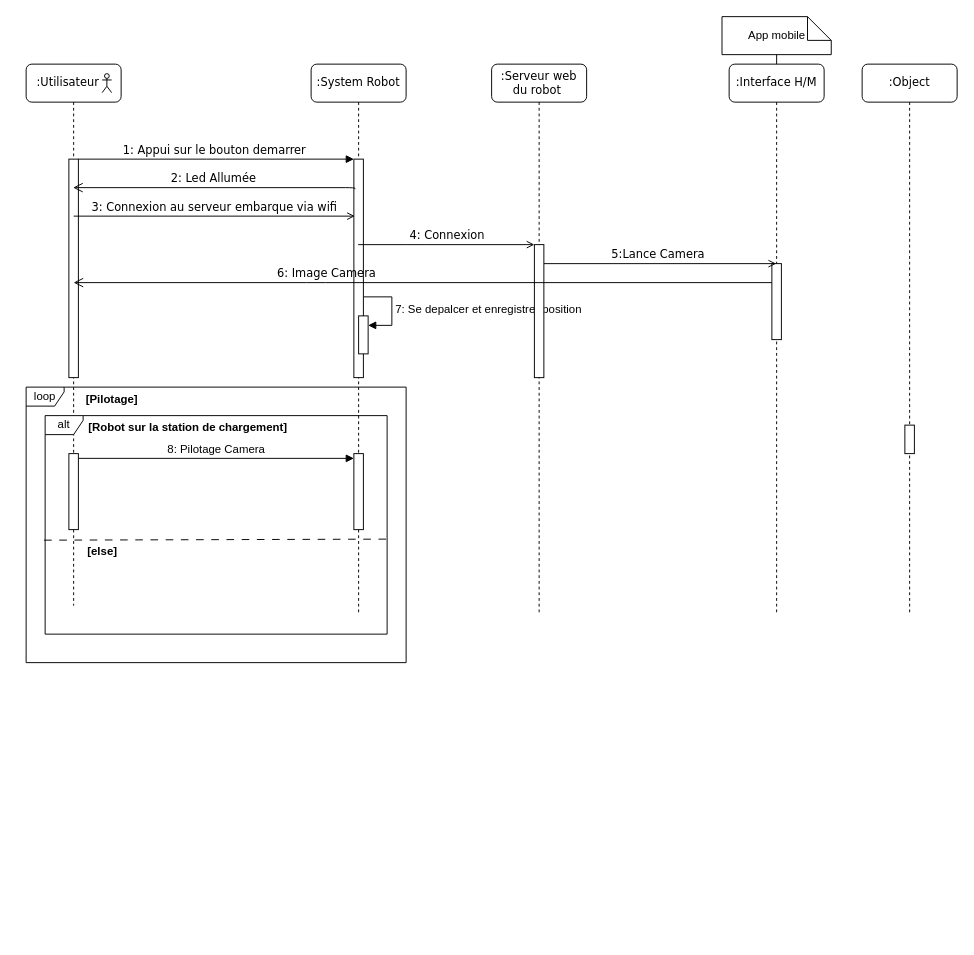
Earlier version of the draw.io diagram seq.drawio (wafaez/SysML). Source tidied: cells renumbered, new cells numbered last; positions are measured from the earlier drawing's top-left corner, leaving out a move shared by most shapes. Both pictures are drawn from the tidied source at 95%, with x=0, y=0 at pixel (26, 16).
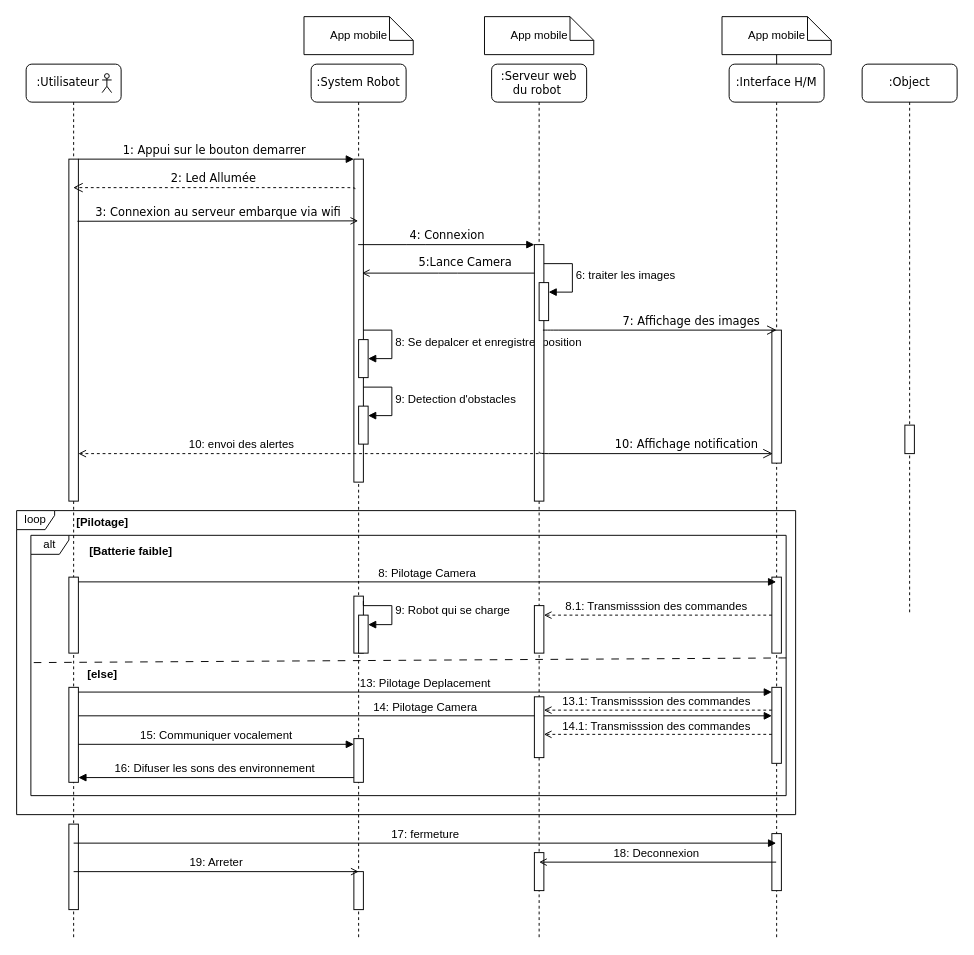
Above is the later version.

Change to the diagram source:
```diff
@@
     <mxCell id="2" value=":System Robot" style="shape=umlLifeline;perimeter=lifelinePerimeter;whiteSpace=wrap;html=1;outlineConnect=0;rounded=1;shadow=0;comic=0;labelBackgroundColor=none;strokeWidth=1;fontFamily=Verdana;fontSize=12;align=center;" parent="1" vertex="1">
-      <mxGeometry x="300" y="50" width="100" height="580" as="geometry" />
+      <mxGeometry x="300" y="50" width="100" height="920" as="geometry" />
     </mxCell>
-    <mxCell id="3" value="&lt;font style=&quot;font-size: 12px;&quot;&gt;7: Se depalcer et enregistrer position&amp;nbsp;&amp;nbsp;&lt;/font&gt;" style="html=1;align=left;spacingLeft=2;endArrow=block;rounded=0;edgeStyle=orthogonalEdgeStyle;curved=0;rounded=0;" parent="2" edge="1" target="5">
-      <mxGeometry relative="1" as="geometry">
-        <mxPoint x="55" y="245" as="sourcePoint" />
-        <Array as="points">
-          <mxPoint x="85" y="275" />
-        </Array>
-      </mxGeometry>
-    </mxCell>
     <mxCell id="4" style="html=1;points=[];perimeter=orthogonalPerimeter;rounded=0;shadow=0;comic=0;labelBackgroundColor=none;strokeWidth=1;fontFamily=Verdana;fontSize=12;align=center;" parent="2" vertex="1">
-      <mxGeometry x="45" y="100" width="10" height="230" as="geometry" />
+      <mxGeometry x="45" y="100" width="10" height="340" as="geometry" />
     </mxCell>
     <mxCell id="5" style="html=1;points=[[0,0,0,0,5],[0,1,0,0,-5],[1,0,0,0,5],[1,1,0,0,-5]];perimeter=orthogonalPerimeter;outlineConnect=0;targetShapes=umlLifeline;portConstraint=eastwest;newEdgeStyle={&quot;curved&quot;:0,&quot;rounded&quot;:0};" parent="2" vertex="1">
-      <mxGeometry x="50" y="265" width="10" height="40" as="geometry" />
+      <mxGeometry x="50" y="290" width="10" height="40" as="geometry" />
     </mxCell>
+    <mxCell id="32" style="html=1;points=[[0,0,0,0,5],[0,1,0,0,-5],[1,0,0,0,5],[1,1,0,0,-5]];perimeter=orthogonalPerimeter;outlineConnect=0;targetShapes=umlLifeline;portConstraint=eastwest;newEdgeStyle={&quot;curved&quot;:0,&quot;rounded&quot;:0};" parent="2" vertex="1">
+      <mxGeometry x="50" y="360" width="10" height="40" as="geometry" />
+    </mxCell>
+    <mxCell id="33" value="&lt;font style=&quot;font-size: 12px;&quot;&gt;9: Detection d'obstacles&amp;nbsp;&amp;nbsp;&lt;/font&gt;" style="html=1;align=left;spacingLeft=2;endArrow=block;rounded=0;edgeStyle=orthogonalEdgeStyle;curved=0;rounded=0;" parent="2" edge="1" target="32">
+      <mxGeometry relative="1" as="geometry">
+        <mxPoint x="55" y="340" as="sourcePoint" />
+        <Array as="points">
+          <mxPoint x="85" y="370" />
+        </Array>
+      </mxGeometry>
+    </mxCell>
+    <mxCell id="3" value="&lt;font style=&quot;font-size: 12px;&quot;&gt;8: Se depalcer et enregistrer position&amp;nbsp;&amp;nbsp;&lt;/font&gt;" style="html=1;align=left;spacingLeft=2;endArrow=block;rounded=0;edgeStyle=orthogonalEdgeStyle;curved=0;rounded=0;" parent="2" edge="1" target="5">
+      <mxGeometry relative="1" as="geometry">
+        <mxPoint x="55" y="280" as="sourcePoint" />
+        <Array as="points">
+          <mxPoint x="85" y="310" />
+        </Array>
+      </mxGeometry>
+    </mxCell>
+    <mxCell id="34" style="html=1;perimeter=orthogonalPerimeter;targetShapes=umlLifeline;newEdgeStyle={&quot;curved&quot;:0,&quot;rounded&quot;:0};" parent="2" vertex="1">
+      <mxGeometry x="45" y="850" width="10" height="40" as="geometry" />
+    </mxCell>
     <mxCell id="6" value=":Serveur web du robot&amp;nbsp;" style="shape=umlLifeline;perimeter=lifelinePerimeter;whiteSpace=wrap;html=1;outlineConnect=0;rounded=1;shadow=0;comic=0;labelBackgroundColor=none;strokeWidth=1;fontFamily=Verdana;fontSize=12;align=center;" parent="1" vertex="1">
-      <mxGeometry x="490" y="50" width="100" height="580" as="geometry" />
+      <mxGeometry x="490" y="50" width="100" height="920" as="geometry" />
     </mxCell>
+    <mxCell id="8" value="4: Connexion" style="html=1;verticalAlign=bottom;endArrow=block;labelBackgroundColor=none;fontFamily=Verdana;fontSize=12;edgeStyle=elbowEdgeStyle;elbow=vertical;endFill=1;" parent="6" edge="1" source="2">
+      <mxGeometry relative="1" as="geometry">
+        <mxPoint x="45" y="190" as="targetPoint" />
+        <Array as="points">
+          <mxPoint x="-80" y="190" />
+        </Array>
+      </mxGeometry>
+    </mxCell>
     <mxCell id="7" style="html=1;perimeter=orthogonalPerimeter;rounded=0;shadow=0;comic=0;labelBackgroundColor=none;strokeWidth=1;fontFamily=Verdana;fontSize=12;align=center;" parent="6" vertex="1">
-      <mxGeometry x="45" y="190" width="10" height="140" as="geometry" />
+      <mxGeometry x="45" y="190" width="10" height="270" as="geometry" />
     </mxCell>
-    <mxCell id="8" value="4: Connexion" style="html=1;verticalAlign=bottom;endArrow=open;labelBackgroundColor=none;fontFamily=Verdana;fontSize=12;edgeStyle=elbowEdgeStyle;elbow=vertical;endFill=0;" parent="6" edge="1" source="2">
-      <mxGeometry relative="1" as="geometry">
-        <mxPoint x="45" y="190" as="targetPoint" />
-        <Array as="points">
-          <mxPoint x="-80" y="190" />
-        </Array>
-      </mxGeometry>
-    </mxCell>
+    <mxCell id="21" value="5:Lance Camera&amp;nbsp;" style="html=1;verticalAlign=bottom;endArrow=open;labelBackgroundColor=none;fontFamily=Verdana;fontSize=12;edgeStyle=elbowEdgeStyle;elbow=vertical;endFill=0;exitX=-0.4;exitY=0.2;exitDx=0;exitDy=0;exitPerimeter=0;" parent="6" edge="1">
+      <mxGeometry x="-0.22" y="-2" relative="1" as="geometry">
+        <mxPoint x="45" y="220" as="sourcePoint" />
+        <mxPoint x="-136.5" y="220" as="targetPoint" />
+      </mxGeometry>
+    </mxCell>
+    <mxCell id="35" style="html=1;points=[[0,0,0,0,5],[0,1,0,0,-5],[1,0,0,0,5],[1,1,0,0,-5]];perimeter=orthogonalPerimeter;outlineConnect=0;targetShapes=umlLifeline;portConstraint=eastwest;newEdgeStyle={&quot;curved&quot;:0,&quot;rounded&quot;:0};" parent="6" vertex="1">
+      <mxGeometry x="50" y="230" width="10" height="40" as="geometry" />
+    </mxCell>
+    <mxCell id="36" value="&lt;font style=&quot;font-size: 12px;&quot;&gt;6: traiter les images&amp;nbsp;&lt;/font&gt;" style="html=1;align=left;spacingLeft=2;endArrow=block;rounded=0;edgeStyle=orthogonalEdgeStyle;curved=0;rounded=0;" parent="6" edge="1" target="35">
+      <mxGeometry relative="1" as="geometry">
+        <mxPoint x="55" y="210" as="sourcePoint" />
+        <Array as="points">
+          <mxPoint x="85" y="240" />
+        </Array>
+      </mxGeometry>
+    </mxCell>
+    <mxCell id="37" style="html=1;perimeter=orthogonalPerimeter;targetShapes=umlLifeline;newEdgeStyle={&quot;curved&quot;:0,&quot;rounded&quot;:0};" parent="6" vertex="1">
+      <mxGeometry x="45" y="830" width="10" height="40" as="geometry" />
+    </mxCell>
     <mxCell id="9" value=":Interface H/M" style="shape=umlLifeline;perimeter=lifelinePerimeter;whiteSpace=wrap;html=1;outlineConnect=0;rounded=1;shadow=0;comic=0;labelBackgroundColor=none;strokeWidth=1;fontFamily=Verdana;fontSize=12;align=center;" parent="1" vertex="1">
-      <mxGeometry x="740" y="50" width="100" height="580" as="geometry" />
+      <mxGeometry x="740" y="50" width="100" height="920" as="geometry" />
     </mxCell>
     <mxCell id="10" style="html=1;points=[[0,0,0,0,5],[0,1,0,0,-5],[1,0,0,0,5],[1,1,0,0,-5]];perimeter=orthogonalPerimeter;outlineConnect=0;targetShapes=umlLifeline;portConstraint=eastwest;newEdgeStyle={&quot;curved&quot;:0,&quot;rounded&quot;:0};" parent="9" vertex="1">
-      <mxGeometry x="45" y="210" width="10" height="80" as="geometry" />
+      <mxGeometry x="45" y="280" width="10" height="140" as="geometry" />
     </mxCell>
+    <mxCell id="38" style="html=1;perimeter=orthogonalPerimeter;targetShapes=umlLifeline;newEdgeStyle={&quot;curved&quot;:0,&quot;rounded&quot;:0};" parent="9" vertex="1">
+      <mxGeometry x="45" y="810" width="10" height="60" as="geometry" />
+    </mxCell>
+    <mxCell id="39" style="html=1;points=[[0,0,0,0,5],[0,1,0,0,-5],[1,0,0,0,5],[1,1,0,0,-5]];perimeter=orthogonalPerimeter;outlineConnect=0;targetShapes=umlLifeline;portConstraint=eastwest;newEdgeStyle={&quot;curved&quot;:0,&quot;rounded&quot;:0};" parent="9" vertex="1">
+      <mxGeometry x="45" y="540" width="10" height="80" as="geometry" />
+    </mxCell>
@@
     <mxCell id="12" value=":Utilisateur&amp;nbsp; &amp;nbsp;" style="shape=umlLifeline;perimeter=lifelinePerimeter;whiteSpace=wrap;html=1;rounded=1;shadow=0;comic=0;labelBackgroundColor=none;strokeWidth=1;fontFamily=Verdana;fontSize=12;align=center;" parent="1" vertex="1">
-      <mxGeometry y="50" width="100" height="570" as="geometry" />
+      <mxGeometry y="50" width="100" height="920" as="geometry" />
     </mxCell>
     <mxCell id="13" style="html=1;points=[];perimeter=orthogonalPerimeter;rounded=0;shadow=0;comic=0;labelBackgroundColor=none;strokeWidth=1;fontFamily=Verdana;fontSize=12;align=center;" parent="12" vertex="1">
-      <mxGeometry x="45" y="100" width="10" height="230" as="geometry" />
+      <mxGeometry x="45" y="100" width="10" height="360" as="geometry" />
     </mxCell>
@@
+    <mxCell id="40" value="&lt;font style=&quot;font-size: 12px;&quot;&gt;10: envoi des alertes&amp;nbsp;&amp;nbsp;&lt;/font&gt;" style="html=1;verticalAlign=bottom;endArrow=open;curved=0;rounded=0;endFill=0;dashed=1;" parent="12" edge="1" source="6">
+      <mxGeometry x="0.28" relative="1" as="geometry">
+        <mxPoint x="55" y="410" as="targetPoint" />
+      </mxGeometry>
+    </mxCell>
+    <mxCell id="41" style="html=1;perimeter=orthogonalPerimeter;targetShapes=umlLifeline;newEdgeStyle={&quot;curved&quot;:0,&quot;rounded&quot;:0};" parent="12" vertex="1">
+      <mxGeometry x="45" y="800" width="10" height="90" as="geometry" />
+    </mxCell>
@@
-    <mxCell id="17" value="2: Led Allumée&amp;nbsp;" style="html=1;verticalAlign=bottom;endArrow=open;endSize=8;labelBackgroundColor=none;fontFamily=Verdana;fontSize=12;edgeStyle=elbowEdgeStyle;elbow=vertical;exitX=0.117;exitY=0.181;exitDx=0;exitDy=0;exitPerimeter=0;" parent="1" edge="1">
+    <mxCell id="17" value="2: Led Allumée&amp;nbsp;" style="html=1;verticalAlign=bottom;endArrow=open;endSize=8;labelBackgroundColor=none;fontFamily=Verdana;fontSize=12;edgeStyle=elbowEdgeStyle;elbow=vertical;exitX=0.117;exitY=0.181;exitDx=0;exitDy=0;exitPerimeter=0;dashed=1;" parent="1" edge="1">
       <mxGeometry relative="1" as="geometry">
         <mxPoint x="346.2" y="181.6" as="sourcePoint" />
         <mxPoint x="49.5" y="180" as="targetPoint" />
         <Array as="points">
           <mxPoint x="265.3" y="180" />
           <mxPoint x="295.3" y="180" />
         </Array>
       </mxGeometry>
     </mxCell>
-    <mxCell id="18" value="3: Connexion au serveur embarque via wifi" style="html=1;verticalAlign=bottom;endArrow=open;entryX=0.1;entryY=0.261;labelBackgroundColor=none;fontFamily=Verdana;fontSize=12;edgeStyle=elbowEdgeStyle;elbow=vertical;endFill=0;entryDx=0;entryDy=0;entryPerimeter=0;" parent="1" edge="1" target="4">
+    <mxCell id="18" value="3: Connexion au serveur embarque via wifi" style="html=1;verticalAlign=bottom;endArrow=open;labelBackgroundColor=none;fontFamily=Verdana;fontSize=12;edgeStyle=elbowEdgeStyle;elbow=vertical;endFill=0;exitX=1;exitY=0.253;exitDx=0;exitDy=0;exitPerimeter=0;" parent="1" edge="1" target="2">
       <mxGeometry relative="1" as="geometry">
-        <mxPoint x="50" y="210" as="sourcePoint" />
+        <mxPoint x="54" y="215.4" as="sourcePoint" />
       </mxGeometry>
     </mxCell>
@@
-    <mxCell id="21" value="5:Lance Camera&amp;nbsp;" style="html=1;verticalAlign=bottom;endArrow=open;labelBackgroundColor=none;fontFamily=Verdana;fontSize=12;edgeStyle=elbowEdgeStyle;elbow=vertical;endFill=0;" parent="1" edge="1" target="9">
-      <mxGeometry relative="1" as="geometry">
-        <mxPoint x="545" y="260" as="sourcePoint" />
-      </mxGeometry>
-    </mxCell>
-    <mxCell id="22" value="6: Image Camera&amp;nbsp;" style="html=1;verticalAlign=bottom;endArrow=open;endSize=8;labelBackgroundColor=none;fontFamily=Verdana;fontSize=12;edgeStyle=elbowEdgeStyle;elbow=vertical;" parent="1" edge="1" source="10">
+    <mxCell id="22" value="7: Affichage des images" style="html=1;verticalAlign=bottom;endArrow=open;endSize=8;labelBackgroundColor=none;fontFamily=Verdana;fontSize=12;edgeStyle=elbowEdgeStyle;elbow=vertical;" parent="1" edge="1">
       <mxGeometry x="0.27" relative="1" as="geometry">
-        <mxPoint x="50" y="280" as="targetPoint" />
+        <mxPoint x="544" y="330" as="sourcePoint" />
+        <mxPoint x="790" y="330" as="targetPoint" />
         <Array as="points">
-          <mxPoint x="305.3" y="280" />
+          <mxPoint x="550" y="330" />
         </Array>
       </mxGeometry>
     </mxCell>
     <mxCell id="23" value="loop" style="shape=umlFrame;whiteSpace=wrap;html=1;width=40;height=20;" parent="1" vertex="1">
-      <mxGeometry y="390" width="400" height="290" as="geometry" />
+      <mxGeometry x="-10" y="520" width="820" height="320" as="geometry" />
     </mxCell>
     <mxCell id="24" value="alt" style="shape=umlFrame;whiteSpace=wrap;html=1;width=40;height=20;shadow=0;gradientColor=none;swimlaneFillColor=none;" parent="1" vertex="1">
-      <mxGeometry x="20" y="420" width="360" height="230" as="geometry" />
+      <mxGeometry x="5" y="546" width="795" height="274" as="geometry" />
     </mxCell>
     <mxCell id="25" value="[Pilotage]" style="text;align=center;fontStyle=1;verticalAlign=middle;spacingLeft=3;spacingRight=3;strokeColor=none;html=1;" parent="1" vertex="1">
-      <mxGeometry x="50" y="390" width="80" height="26" as="geometry" />
+      <mxGeometry x="40" y="520" width="80" height="26" as="geometry" />
     </mxCell>
-    <mxCell id="26" style="endArrow=none;dashed=1;html=1;strokeWidth=1;rounded=0;exitX=-0.003;exitY=0.496;exitDx=0;exitDy=0;exitPerimeter=0;entryX=0.997;entryY=0.491;entryDx=0;entryDy=0;entryPerimeter=0;dashPattern=8 8;" parent="1" edge="1">
-      <mxGeometry relative="1" as="geometry">
-        <mxPoint x="18.9" y="551.1" as="sourcePoint" />
-        <mxPoint x="378.9" y="550" as="targetPoint" />
-      </mxGeometry>
-    </mxCell>
     <mxCell id="27" style="html=1;points=[[0,0,0,0,5],[0,1,0,0,-5],[1,0,0,0,5],[1,1,0,0,-5]];perimeter=orthogonalPerimeter;outlineConnect=0;targetShapes=umlLifeline;portConstraint=eastwest;newEdgeStyle={&quot;curved&quot;:0,&quot;rounded&quot;:0};" parent="1" vertex="1">
-      <mxGeometry x="45" y="460" width="10" height="80" as="geometry" />
+      <mxGeometry x="45" y="590" width="10" height="80" as="geometry" />
     </mxCell>
-    <mxCell id="28" value="[Robot sur la station de chargement]" style="text;align=center;fontStyle=1;verticalAlign=middle;spacingLeft=3;spacingRight=3;strokeColor=none;html=1;" parent="1" vertex="1">
-      <mxGeometry x="130" y="420" width="80" height="26" as="geometry" />
+    <mxCell id="28" value="[Batterie faible]" style="text;align=center;fontStyle=1;verticalAlign=middle;spacingLeft=3;spacingRight=3;strokeColor=none;html=1;" parent="1" vertex="1">
+      <mxGeometry x="70" y="550" width="80" height="26" as="geometry" />
     </mxCell>
     <mxCell id="29" value="[else]" style="text;align=center;fontStyle=1;verticalAlign=middle;spacingLeft=3;spacingRight=3;strokeColor=none;html=1;" parent="1" vertex="1">
-      <mxGeometry x="40" y="550" width="80" height="26" as="geometry" />
+      <mxGeometry x="40" y="680" width="80" height="26" as="geometry" />
     </mxCell>
     <mxCell id="30" style="html=1;points=[[0,0,0,0,5],[0,1,0,0,-5],[1,0,0,0,5],[1,1,0,0,-5]];perimeter=orthogonalPerimeter;outlineConnect=0;targetShapes=umlLifeline;portConstraint=eastwest;newEdgeStyle={&quot;curved&quot;:0,&quot;rounded&quot;:0};" parent="1" vertex="1">
-      <mxGeometry x="345" y="460" width="10" height="80" as="geometry" />
+      <mxGeometry x="345" y="610" width="10" height="60" as="geometry" />
     </mxCell>
-    <mxCell id="31" value="&lt;font style=&quot;font-size: 12px;&quot;&gt;8: Pilotage Camera&lt;/font&gt;" style="html=1;verticalAlign=bottom;endArrow=block;curved=0;rounded=0;entryX=0;entryY=0;entryDx=0;entryDy=5;" parent="1" edge="1" source="27" target="30">
+    <mxCell id="31" value="&lt;font style=&quot;font-size: 12px;&quot;&gt;8: Pilotage Camera&lt;/font&gt;" style="html=1;verticalAlign=bottom;endArrow=block;curved=0;rounded=0;exitX=1;exitY=0;exitDx=0;exitDy=5;exitPerimeter=0;" parent="1" edge="1" source="27" target="9">
       <mxGeometry relative="1" as="geometry" />
     </mxCell>
+    <mxCell id="42" style="html=1;points=[[0,0,0,0,5],[0,1,0,0,-5],[1,0,0,0,5],[1,1,0,0,-5]];perimeter=orthogonalPerimeter;outlineConnect=0;targetShapes=umlLifeline;portConstraint=eastwest;newEdgeStyle={&quot;curved&quot;:0,&quot;rounded&quot;:0};" parent="1" vertex="1">
+      <mxGeometry x="350" y="630" width="10" height="40" as="geometry" />
+    </mxCell>
+    <mxCell id="43" value="&lt;font style=&quot;font-size: 12px;&quot;&gt;9: Robot qui se charge&lt;/font&gt;" style="html=1;align=left;spacingLeft=2;endArrow=block;rounded=0;edgeStyle=orthogonalEdgeStyle;curved=0;rounded=0;exitX=1;exitY=0;exitDx=0;exitDy=5;exitPerimeter=0;" parent="1" edge="1" source="30" target="42">
+      <mxGeometry x="0.01" relative="1" as="geometry">
+        <Array as="points">
+          <mxPoint x="355" y="620" />
+          <mxPoint x="385" y="620" />
+          <mxPoint x="385" y="640" />
+        </Array>
+      </mxGeometry>
+    </mxCell>
+    <mxCell id="44" style="endArrow=none;dashed=1;html=1;rounded=0;dashPattern=8 8;exitX=1;exitY=0.471;exitDx=0;exitDy=0;exitPerimeter=0;entryX=-0.001;entryY=0.489;entryDx=0;entryDy=0;entryPerimeter=0;" parent="1" edge="1" source="24" target="24">
+      <mxGeometry relative="1" as="geometry" />
+    </mxCell>
+    <mxCell id="45" style="html=1;points=[[0,0,0,0,5],[0,1,0,0,-5],[1,0,0,0,5],[1,1,0,0,-5]];perimeter=orthogonalPerimeter;outlineConnect=0;targetShapes=umlLifeline;portConstraint=eastwest;newEdgeStyle={&quot;curved&quot;:0,&quot;rounded&quot;:0};" parent="1" vertex="1">
+      <mxGeometry x="45" y="706" width="10" height="100" as="geometry" />
+    </mxCell>
+    <mxCell id="46" style="html=1;points=[[0,0,0,0,5],[0,1,0,0,-5],[1,0,0,0,5],[1,1,0,0,-5]];perimeter=orthogonalPerimeter;outlineConnect=0;targetShapes=umlLifeline;portConstraint=eastwest;newEdgeStyle={&quot;curved&quot;:0,&quot;rounded&quot;:0};" parent="1" vertex="1">
+      <mxGeometry x="345" y="760" width="10" height="46" as="geometry" />
+    </mxCell>
+    <mxCell id="47" value="&lt;font style=&quot;font-size: 12px;&quot;&gt;13: Pilotage Deplacement&lt;/font&gt;" style="html=1;verticalAlign=bottom;endArrow=block;curved=0;rounded=0;entryX=0;entryY=0;entryDx=0;entryDy=5;entryPerimeter=0;" parent="1" edge="1" source="45" target="57">
+      <mxGeometry relative="1" as="geometry" />
+    </mxCell>
+    <mxCell id="48" value="&lt;font style=&quot;font-size: 12px;&quot;&gt;14: Pilotage Camera&lt;/font&gt;" style="html=1;verticalAlign=bottom;endArrow=block;curved=0;rounded=0;" parent="1" edge="1" target="57">
+      <mxGeometry relative="1" as="geometry">
+        <mxPoint x="55" y="736" as="sourcePoint" />
+      </mxGeometry>
+    </mxCell>
+    <mxCell id="49" value="&lt;font style=&quot;font-size: 12px;&quot;&gt;16: Difuser les sons des environnement&amp;nbsp;&lt;/font&gt;" style="html=1;verticalAlign=bottom;endArrow=block;curved=0;rounded=0;entryX=1;entryY=1;entryDx=0;entryDy=-5;entryPerimeter=0;" parent="1" edge="1" source="46" target="45">
+      <mxGeometry relative="1" as="geometry" />
+    </mxCell>
+    <mxCell id="50" value="&lt;font style=&quot;font-size: 12px;&quot;&gt;15: Communiquer vocalement&lt;/font&gt;" style="html=1;verticalAlign=bottom;endArrow=block;curved=0;rounded=0;entryX=0;entryY=0;entryDx=0;entryDy=5;" parent="1" edge="1">
+      <mxGeometry relative="1" as="geometry">
+        <mxPoint x="55" y="766" as="sourcePoint" />
+        <mxPoint x="345" y="766" as="targetPoint" />
+      </mxGeometry>
+    </mxCell>
+    <mxCell id="51" value="App mobile" style="shape=note2;boundedLbl=1;whiteSpace=wrap;html=1;size=25;verticalAlign=middle;align=center;" parent="1" vertex="1">
+      <mxGeometry x="292.5" width="115" height="40" as="geometry" />
+    </mxCell>
+    <mxCell id="52" value="App mobile" style="shape=note2;boundedLbl=1;whiteSpace=wrap;html=1;size=25;verticalAlign=middle;align=center;" parent="1" vertex="1">
+      <mxGeometry x="482.5" width="115" height="40" as="geometry" />
+    </mxCell>
+    <mxCell id="53" value="10: Affichage notification" style="html=1;verticalAlign=bottom;endArrow=open;endSize=8;labelBackgroundColor=none;fontFamily=Verdana;fontSize=12;edgeStyle=elbowEdgeStyle;elbow=vertical;" parent="1" edge="1">
+      <mxGeometry x="0.27" relative="1" as="geometry">
+        <mxPoint x="540" y="458" as="sourcePoint" />
+        <mxPoint x="786" y="460" as="targetPoint" />
+        <Array as="points">
+          <mxPoint x="546" y="460" />
+        </Array>
+      </mxGeometry>
+    </mxCell>
+    <mxCell id="54" value="&lt;font style=&quot;font-size: 12px;&quot;&gt;17: fermeture&lt;/font&gt;" style="html=1;verticalAlign=bottom;endArrow=block;curved=0;rounded=0;endFill=1;" parent="1" edge="1" target="9">
+      <mxGeometry relative="1" as="geometry">
+        <mxPoint x="50" y="870" as="sourcePoint" />
+      </mxGeometry>
+    </mxCell>
+    <mxCell id="55" value="&lt;font style=&quot;font-size: 12px;&quot;&gt;18: Deconnexion&amp;nbsp;&lt;/font&gt;" style="html=1;verticalAlign=bottom;endArrow=open;curved=0;rounded=0;endFill=0;" parent="1" edge="1" source="9">
+      <mxGeometry relative="1" as="geometry">
+        <mxPoint x="540" y="890" as="targetPoint" />
+      </mxGeometry>
+    </mxCell>
+    <mxCell id="56" value="&lt;font style=&quot;font-size: 12px;&quot;&gt;8.1: Transmisssion des commandes&amp;nbsp;&lt;/font&gt;" style="html=1;verticalAlign=bottom;endArrow=open;curved=0;rounded=0;endFill=0;dashed=1;" parent="1" edge="1" source="39" target="60">
+      <mxGeometry relative="1" as="geometry" />
+    </mxCell>
+    <mxCell id="57" style="html=1;points=[[0,0,0,0,5],[0,1,0,0,-5],[1,0,0,0,5],[1,1,0,0,-5]];perimeter=orthogonalPerimeter;outlineConnect=0;targetShapes=umlLifeline;portConstraint=eastwest;newEdgeStyle={&quot;curved&quot;:0,&quot;rounded&quot;:0};" parent="1" vertex="1">
+      <mxGeometry x="785" y="706" width="10" height="80" as="geometry" />
+    </mxCell>
+    <mxCell id="58" value="&lt;font style=&quot;font-size: 12px;&quot;&gt;13.1: Transmisssion des commandes&amp;nbsp;&lt;/font&gt;" style="html=1;verticalAlign=bottom;endArrow=open;curved=0;rounded=0;endFill=0;dashed=1;" parent="1" edge="1" target="61">
+      <mxGeometry relative="1" as="geometry">
+        <mxPoint x="785" y="730" as="sourcePoint" />
+      </mxGeometry>
+    </mxCell>
+    <mxCell id="59" value="&lt;font style=&quot;font-size: 12px;&quot;&gt;14.1: Transmisssion des commandes&amp;nbsp;&lt;/font&gt;" style="html=1;verticalAlign=bottom;endArrow=open;curved=0;rounded=0;endFill=0;dashed=1;" parent="1" edge="1" target="61">
+      <mxGeometry relative="1" as="geometry">
+        <mxPoint x="785" y="755.5" as="sourcePoint" />
+      </mxGeometry>
+    </mxCell>
+    <mxCell id="60" style="html=1;points=[[0,0,0,0,5],[0,1,0,0,-5],[1,0,0,0,5],[1,1,0,0,-5]];perimeter=orthogonalPerimeter;outlineConnect=0;targetShapes=umlLifeline;portConstraint=eastwest;newEdgeStyle={&quot;curved&quot;:0,&quot;rounded&quot;:0};" parent="1" vertex="1">
+      <mxGeometry x="535" y="620" width="10" height="50" as="geometry" />
+    </mxCell>
+    <mxCell id="61" style="html=1;points=[[0,0,0,0,5],[0,1,0,0,-5],[1,0,0,0,5],[1,1,0,0,-5]];perimeter=orthogonalPerimeter;outlineConnect=0;targetShapes=umlLifeline;portConstraint=eastwest;newEdgeStyle={&quot;curved&quot;:0,&quot;rounded&quot;:0};" parent="1" vertex="1">
+      <mxGeometry x="535" y="716" width="10" height="64" as="geometry" />
+    </mxCell>
+    <mxCell id="62" value="&lt;font style=&quot;font-size: 12px;&quot;&gt;19: Arreter&lt;/font&gt;" style="html=1;verticalAlign=bottom;endArrow=open;curved=0;rounded=0;endFill=0;" parent="1" edge="1">
+      <mxGeometry relative="1" as="geometry">
+        <mxPoint x="50" y="900" as="sourcePoint" />
+        <mxPoint x="350" y="900" as="targetPoint" />
+      </mxGeometry>
+    </mxCell>
```
